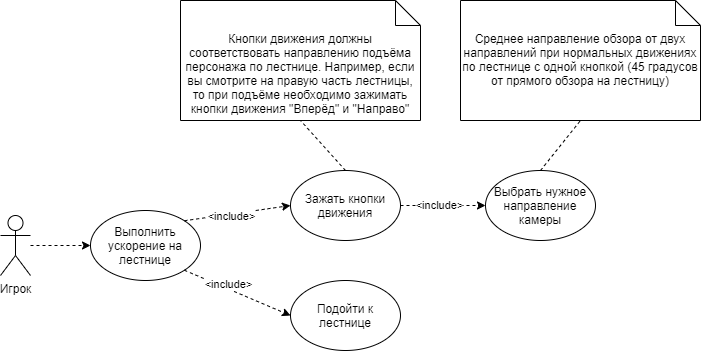
Torusaynim/Grove-Street-Glitches keeps this draw.io diagram as assets/ladder_boost.png. Above is the earlier version. Source tidied: cells renumbered, new cells last; positions are measured from the earlier drawing's top-left corner, leaving out a move shared by most shapes. Source of this version:
```xml
<mxGraphModel>
  <root>
    <mxCell id="0" />
    <mxCell id="1" parent="0" />
    <mxCell id="2" value="Игрок" style="shape=umlActor;verticalLabelPosition=bottom;verticalAlign=top;html=1;outlineConnect=0;" parent="1" vertex="1">
      <mxGeometry y="215" width="30" height="60" as="geometry" />
    </mxCell>
    <mxCell id="3" value="Выполнить ускорение на лестнице" style="ellipse;whiteSpace=wrap;html=1;" parent="1" vertex="1">
      <mxGeometry x="90" y="210" width="110" height="70" as="geometry" />
    </mxCell>
    <mxCell id="4" value="Выбрать нужное направление камеры" style="ellipse;whiteSpace=wrap;html=1;" parent="1" vertex="1">
      <mxGeometry x="485" y="170" width="110" height="70" as="geometry" />
    </mxCell>
    <mxCell id="5" value="Подойти к лестнице" style="ellipse;whiteSpace=wrap;html=1;" parent="1" vertex="1">
      <mxGeometry x="290" y="280" width="110" height="70" as="geometry" />
    </mxCell>
    <mxCell id="6" style="endArrow=classic;html=1;dashed=1;entryX=0;entryY=0.5;entryDx=0;entryDy=0;" parent="1" edge="1" source="13" target="4">
      <mxGeometry relative="1" as="geometry" />
    </mxCell>
    <mxCell id="7" value="&amp;lt;include&amp;gt;&lt;br&gt;" style="edgeLabel;html=1;align=center;verticalAlign=middle;" parent="6" vertex="1">
      <mxGeometry x="-0.37" y="-4" relative="1" as="geometry">
        <mxPoint x="12" y="-4" as="offset" />
      </mxGeometry>
    </mxCell>
    <mxCell id="8" style="endArrow=classic;html=1;dashed=1;exitX=1;exitY=1;exitDx=0;exitDy=0;entryX=0;entryY=0.5;entryDx=0;entryDy=0;" parent="1" edge="1" source="3" target="5">
      <mxGeometry relative="1" as="geometry" />
    </mxCell>
    <mxCell id="9" value="&amp;lt;include&amp;gt;&lt;br&gt;" style="edgeLabel;html=1;align=center;verticalAlign=middle;" parent="8" vertex="1">
      <mxGeometry x="-0.37" y="-4" relative="1" as="geometry">
        <mxPoint x="12" y="-4" as="offset" />
      </mxGeometry>
    </mxCell>
    <mxCell id="10" style="endArrow=classic;html=1;dashed=1;entryX=0;entryY=0.5;entryDx=0;entryDy=0;" parent="1" edge="1" source="2" target="3">
      <mxGeometry relative="1" as="geometry" />
    </mxCell>
    <mxCell id="11" value="Среднее направление обзора от двух направлений при нормальных движениях по лестнице с одной кнопкой (45 градусов от прямого обзора на лестницу)&lt;br&gt;&lt;br&gt;" style="shape=note2;boundedLbl=1;whiteSpace=wrap;html=1;size=25;verticalAlign=top;align=center;" parent="1" vertex="1">
      <mxGeometry x="460" width="240" height="120" as="geometry" />
    </mxCell>
    <mxCell id="12" style="endArrow=none;dashed=1;html=1;entryX=0.5;entryY=1;entryDx=0;entryDy=0;entryPerimeter=0;exitX=0.5;exitY=0;exitDx=0;exitDy=0;" parent="1" edge="1" source="4" target="11">
      <mxGeometry relative="1" as="geometry" />
    </mxCell>
    <mxCell id="13" value="Зажать кнопки движения" style="ellipse;whiteSpace=wrap;html=1;" parent="1" vertex="1">
      <mxGeometry x="290" y="170" width="110" height="70" as="geometry" />
    </mxCell>
    <mxCell id="14" style="endArrow=classic;html=1;dashed=1;exitX=1;exitY=0;exitDx=0;exitDy=0;entryX=0;entryY=0.5;entryDx=0;entryDy=0;" parent="1" edge="1" source="3" target="13">
      <mxGeometry relative="1" as="geometry" />
    </mxCell>
    <mxCell id="15" value="&amp;lt;include&amp;gt;&lt;br&gt;" style="edgeLabel;html=1;align=center;verticalAlign=middle;" parent="14" vertex="1">
      <mxGeometry x="-0.37" y="-4" relative="1" as="geometry">
        <mxPoint x="12" y="-4" as="offset" />
      </mxGeometry>
    </mxCell>
    <mxCell id="16" value="Кнопки движения должны соответствовать направлению подъёма персонажа по лестнице. Например, если вы смотрите на правую часть лестницы, то при подъёме необходимо зажимать кнопки движения &quot;Вперёд&quot; и &quot;Направо&quot;" style="shape=note2;boundedLbl=1;whiteSpace=wrap;html=1;size=25;verticalAlign=top;align=center;" parent="1" vertex="1">
      <mxGeometry x="180" width="240" height="120" as="geometry" />
    </mxCell>
    <mxCell id="17" style="endArrow=none;dashed=1;html=1;entryX=0.5;entryY=1;entryDx=0;entryDy=0;entryPerimeter=0;exitX=0.5;exitY=0;exitDx=0;exitDy=0;" parent="1" edge="1" source="13" target="16">
      <mxGeometry relative="1" as="geometry" />
    </mxCell>
  </root>
</mxGraphModel>
```
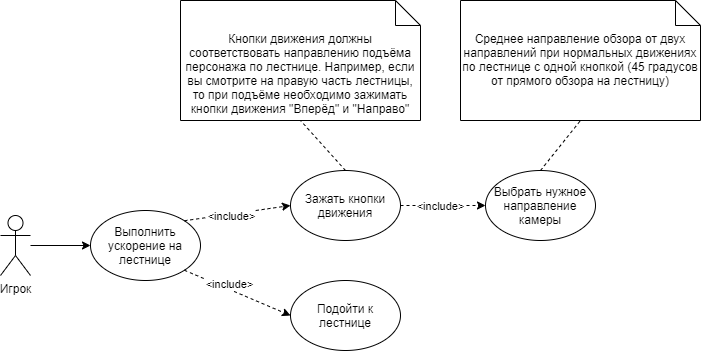
After the commit.

What changed in the source:
```diff
@@ -30,7 +30,7 @@
         <mxPoint x="12" y="-4" as="offset" />
       </mxGeometry>
     </mxCell>
-    <mxCell id="10" style="endArrow=classic;html=1;dashed=1;entryX=0;entryY=0.5;entryDx=0;entryDy=0;" parent="1" edge="1" source="2" target="3">
+    <mxCell id="10" style="endArrow=classic;html=1;entryX=0;entryY=0.5;entryDx=0;entryDy=0;" parent="1" edge="1" source="2" target="3">
       <mxGeometry relative="1" as="geometry" />
     </mxCell>
     <mxCell id="11" value="Среднее направление обзора от двух направлений при нормальных движениях по лестнице с одной кнопкой (45 градусов от прямого обзора на лестницу)&lt;br&gt;&lt;br&gt;" style="shape=note2;boundedLbl=1;whiteSpace=wrap;html=1;size=25;verticalAlign=top;align=center;" parent="1" vertex="1">
```
